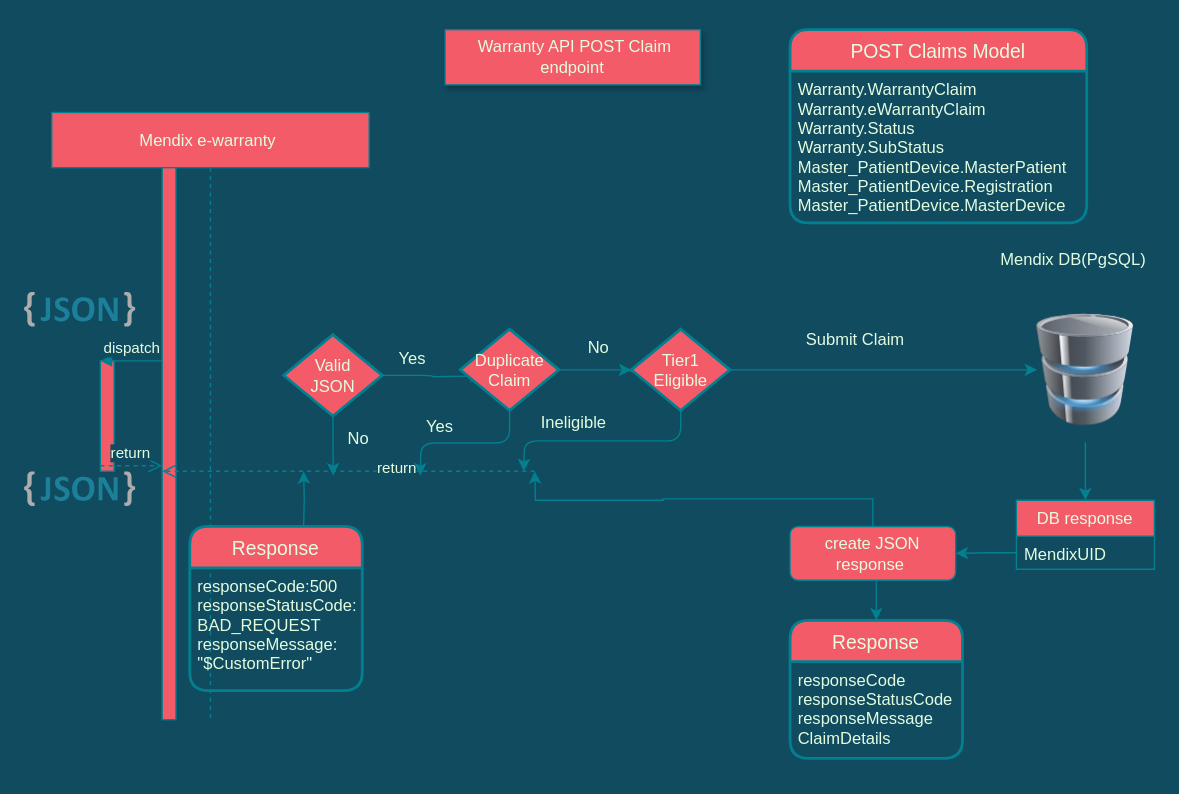
Above: Untitled Diagram.drawio in MrMetalAddict/Retail-Mon (draw.io), before the change. Source tidied: cells renumbered, new cells numbered last; positions are measured from the earlier drawing's top-left corner, leaving out a move shared by most shapes. Both pictures are drawn from the tidied source at 138%, with x=0, y=0 at pixel (23, 29).
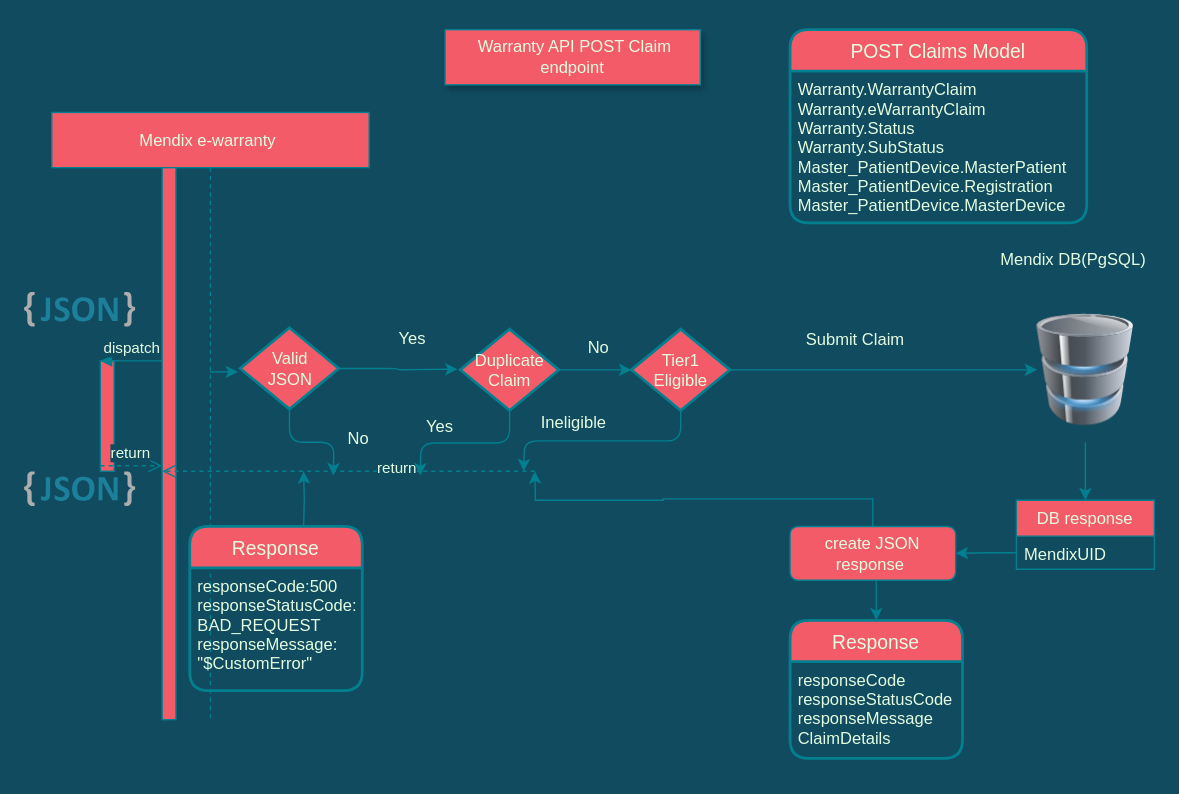
The same page after the edit.

Unchanged cells that the change refers to:
```xml
<mxCell id="3" value="Mendix e-warranty " style="shape=umlLifeline;perimeter=lifelinePerimeter;rounded=0;shadow=0;strokeWidth=1;fillColor=#F45B69;strokeColor=#028090;fontColor=#E4FDE1;" parent="1" vertex="1">
  <mxGeometry x="20" y="60" width="230" height="440" as="geometry" />
</mxCell>
```

The edit, as a diff of the source:
```diff
@@
+    <mxCell id="56" style="endArrow=classic;html=1;fontColor=#E4FDE1;strokeColor=#028090;fillColor=#F45B69;" parent="3" edge="1" source="3">
+      <mxGeometry relative="1" as="geometry">
+        <mxPoint x="135" y="188" as="targetPoint" />
+      </mxGeometry>
+    </mxCell>
@@
-    <mxCell id="40" style="edgeStyle=orthogonalEdgeStyle;curved=0;rounded=1;sketch=0;jettySize=auto;html=1;exitX=1;exitY=0.5;exitDx=0;exitDy=0;exitPerimeter=0;fontColor=#E4FDE1;strokeColor=#028090;fillColor=#F45B69;" parent="1" edge="1" source="42">
-      <mxGeometry relative="1" as="geometry">
-        <mxPoint x="332" y="251" as="targetPoint" />
-      </mxGeometry>
-    </mxCell>
@@
+    <mxCell id="57" style="edgeStyle=orthogonalEdgeStyle;curved=0;rounded=1;sketch=0;jettySize=auto;html=1;exitX=1;exitY=0.5;exitDx=0;exitDy=0;exitPerimeter=0;fontColor=#E4FDE1;strokeColor=#028090;fillColor=#F45B69;" parent="1" edge="1" source="42">
+      <mxGeometry relative="1" as="geometry">
+        <mxPoint x="314" y="246" as="targetPoint" />
+      </mxGeometry>
+    </mxCell>
     <mxCell id="42" value="&lt;span&gt;Valid &lt;br&gt;JSON&lt;/span&gt;" style="strokeWidth=2;html=1;shape=mxgraph.flowchart.decision;whiteSpace=wrap;fillColor=#F45B69;strokeColor=#028090;fontColor=#E4FDE1;" parent="1" vertex="1">
-      <mxGeometry x="188" y="221" width="71.5" height="59" as="geometry" />
+      <mxGeometry x="156.5" y="216" width="71.5" height="59" as="geometry" />
     </mxCell>
     <mxCell id="43" value="Yes" style="text;html=1;align=center;verticalAlign=middle;strokeColor=none;fontColor=#E4FDE1;" parent="1" vertex="1">
-      <mxGeometry x="266" y="230" width="30" height="18" as="geometry" />
+      <mxGeometry x="266" y="215.2" width="30" height="18" as="geometry" />
     </mxCell>
```
